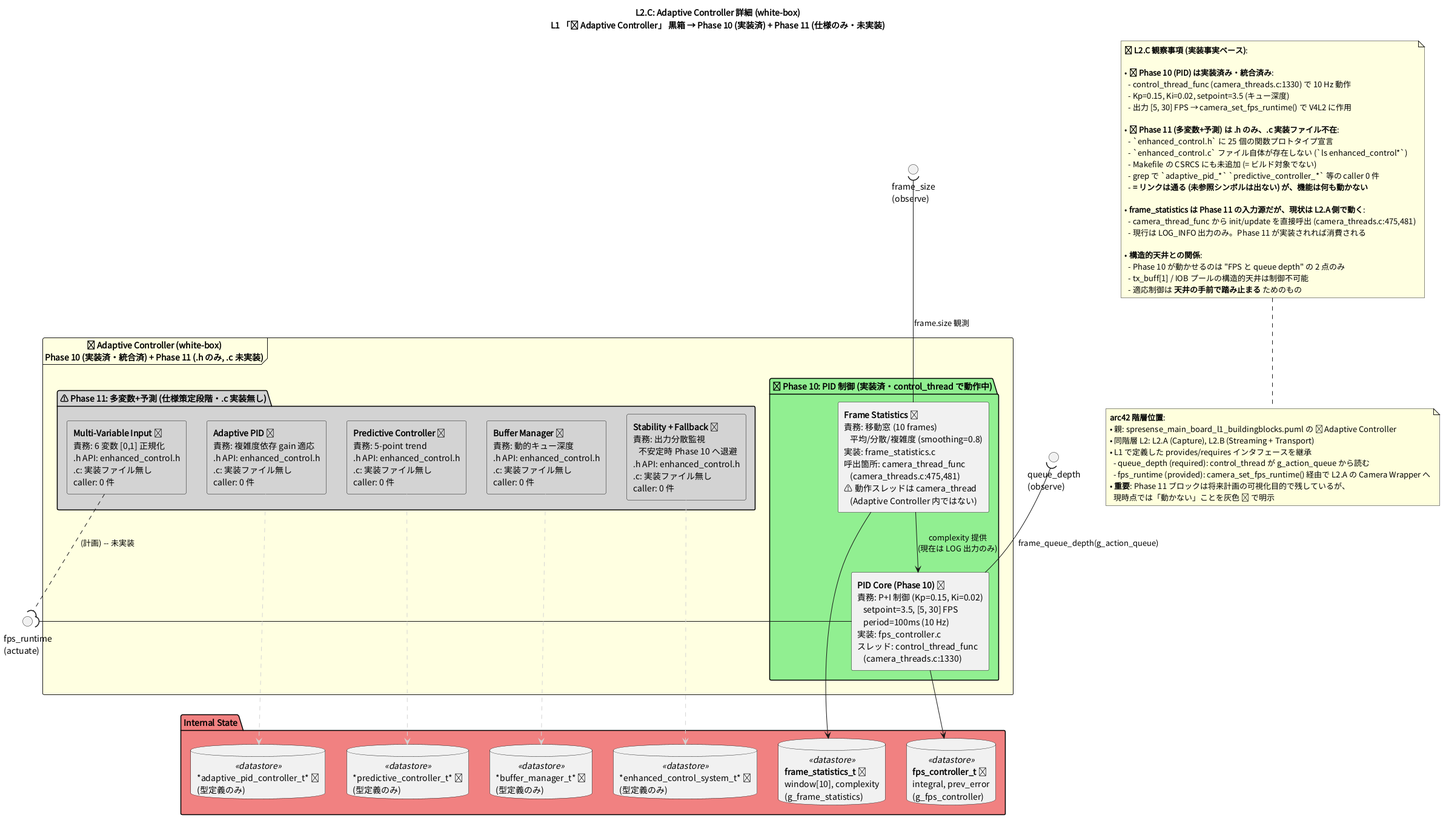
Above: docs/security_camera/02_specifications/architecture/spresense_main_board_l2c_control.png in ken11111/Spr_wk (PlantUML), before the change.
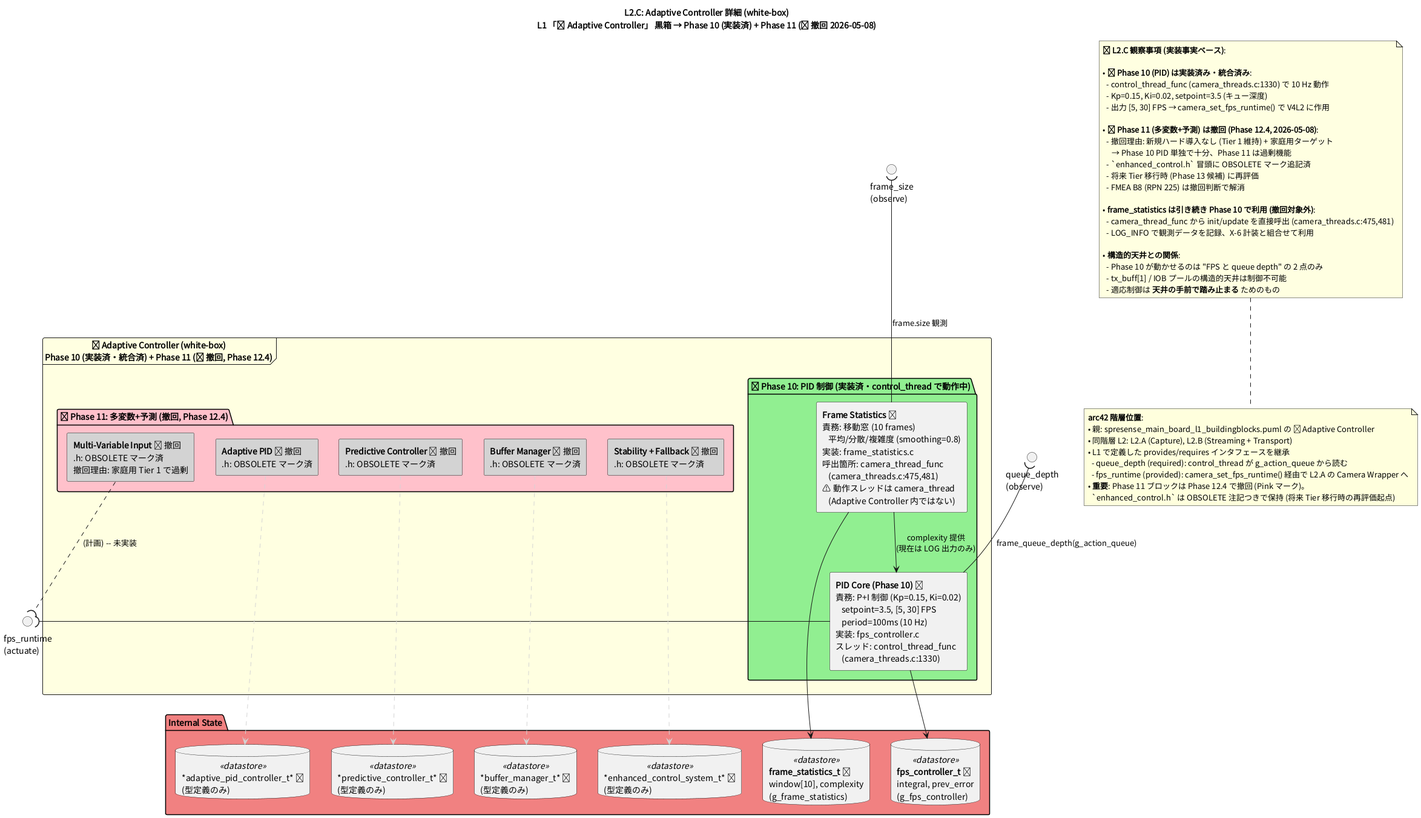
Later version of the same file.

Commit message:
docs(phase12): A/B/C 連動更新 (docs 部分)

Diff of the diagram source:
```diff
@@ -4,9 +4,9 @@
 skinparam componentStyle rectangle
 top to bottom direction
 
-title L2.C: Adaptive Controller 詳細 (white-box)\nL1 「🎛️ Adaptive Controller」 黒箱 → Phase 10 (実装済) + Phase 11 (仕様のみ・未実装)
+title L2.C: Adaptive Controller 詳細 (white-box)\nL1 「🎛️ Adaptive Controller」 黒箱 → Phase 10 (実装済) + Phase 11 (✗ 撤回 2026-05-08)
 
-frame "🎛️ **Adaptive Controller** (white-box)\nPhase 10 (実装済・統合済) + Phase 11 (.h のみ, .c 未実装)" as CTRL_BOX #LightYellow {
+frame "🎛️ **Adaptive Controller** (white-box)\nPhase 10 (実装済・統合済) + Phase 11 (✗ 撤回, Phase 12.4)" as CTRL_BOX #LightYellow {
 
   package "✅ Phase 10: PID 制御 (実装済・control_thread で動作中)" #LightGreen {
     component "**PID Core (Phase 10)** ✅\n責務: P+I 制御 (Kp=0.15, Ki=0.02)\n   setpoint=3.5, [5, 30] FPS\n   period=100ms (10 Hz)\n実装: fps_controller.c\nスレッド: control_thread_func\n   (camera_threads.c:1330)" as C_PID10
@@ -14,16 +14,16 @@
     component "**Frame Statistics** ✅\n責務: 移動窓 (10 frames)\n   平均/分散/複雑度 (smoothing=0.8)\n実装: frame_statistics.c\n呼出箇所: camera_thread_func\n   (camera_threads.c:475,481)\n⚠ 動作スレッドは camera_thread\n   (Adaptive Controller 内ではない)" as C_STATS
   }
 
-  package "⚠ Phase 11: 多変数+予測 (仕様策定段階・.c 実装無し)" #LightGray {
-    component "**Multi-Variable Input** ❌\n責務: 6 変数 [0,1] 正規化\n.h API: enhanced_control.h\n.c: 実装ファイル無し\ncaller: 0 件" as C_MVI #LightGray
+  package "✗ Phase 11: 多変数+予測 (撤回, Phase 12.4)" #Pink {
+    component "**Multi-Variable Input** ✗ 撤回\n.h: OBSOLETE マーク済\n撤回理由: 家庭用 Tier 1 で過剰" as C_MVI #LightGray
 
-    component "**Adaptive PID** ❌\n責務: 複雑度依存 gain 適応\n.h API: enhanced_control.h\n.c: 実装ファイル無し\ncaller: 0 件" as C_APID #LightGray
+    component "**Adaptive PID** ✗ 撤回\n.h: OBSOLETE マーク済" as C_APID #LightGray
 
-    component "**Predictive Controller** ❌\n責務: 5-point trend\n.h API: enhanced_control.h\n.c: 実装ファイル無し\ncaller: 0 件" as C_PRED #LightGray
+    component "**Predictive Controller** ✗ 撤回\n.h: OBSOLETE マーク済" as C_PRED #LightGray
 
-    component "**Buffer Manager** ❌\n責務: 動的キュー深度\n.h API: enhanced_control.h\n.c: 実装ファイル無し\ncaller: 0 件" as C_BMGR #LightGray
+    component "**Buffer Manager** ✗ 撤回\n.h: OBSOLETE マーク済" as C_BMGR #LightGray
 
-    component "**Stability + Fallback** ❌\n責務: 出力分散監視\n   不安定時 Phase 10 へ退避\n.h API: enhanced_control.h\n.c: 実装ファイル無し\ncaller: 0 件" as C_STAB #LightGray
+    component "**Stability + Fallback** ✗ 撤回\n.h: OBSOLETE マーク済" as C_STAB #LightGray
   }
 }
 
@@ -64,16 +64,16 @@
     - Kp=0.15, Ki=0.02, setpoint=3.5 (キュー深度)
     - 出力 [5, 30] FPS → camera_set_fps_runtime() で V4L2 に作用
 
-  • **❌ Phase 11 (多変数+予測) は .h のみ、.c 実装ファイル不在**:
-    - `enhanced_control.h` に 25 個の関数プロトタイプ宣言
-    - `enhanced_control.c` ファイル自体が存在しない (`ls enhanced_control*`)
-    - Makefile の CSRCS にも未追加 (= ビルド対象でない)
-    - grep で `adaptive_pid_*` `predictive_controller_*` 等の caller 0 件
-    - **= リンクは通る (未参照シンボルは出ない) が、機能は何も動かない**
+  • **✗ Phase 11 (多変数+予測) は撤回 (Phase 12.4, 2026-05-08)**:
+    - 撤回理由: 新規ハード導入なし (Tier 1 維持) + 家庭用ターゲット
+       → Phase 10 PID 単独で十分、Phase 11 は過剰機能
+    - `enhanced_control.h` 冒頭に OBSOLETE マーク追記済
+    - 将来 Tier 移行時 (Phase 13 候補) に再評価
+    - FMEA B8 (RPN 225) は撤回判断で解消
 
-  • **frame_statistics は Phase 11 の入力源だが、現状は L2.A 側で動く**:
+  • **frame_statistics は引き続き Phase 10 で利用 (撤回対象外)**:
     - camera_thread_func から init/update を直接呼出 (camera_threads.c:475,481)
-    - 現行は LOG_INFO 出力のみ。Phase 11 が実装されれば消費される
+    - LOG_INFO で観測データを記録、X-6 計装と組合せて利用
 
   • **構造的天井との関係**:
     - Phase 10 が動かせるのは "FPS と queue depth" の 2 点のみ
@@ -88,8 +88,8 @@
   • L1 で定義した provides/requires インタフェースを継承
     - queue_depth (required): control_thread が g_action_queue から読む
     - fps_runtime (provided): camera_set_fps_runtime() 経由で L2.A の Camera Wrapper へ
-  • **重要**: Phase 11 ブロックは将来計画の可視化目的で残しているが、
-    現時点では「動かない」ことを灰色 ❌ で明示
+  • **重要**: Phase 11 ブロックは Phase 12.4 で撤回 (Pink マーク)。
+    `enhanced_control.h` は OBSOLETE 注記つきで保持 (将来 Tier 移行時の再評価起点)
 end note
 
 @enduml
```
